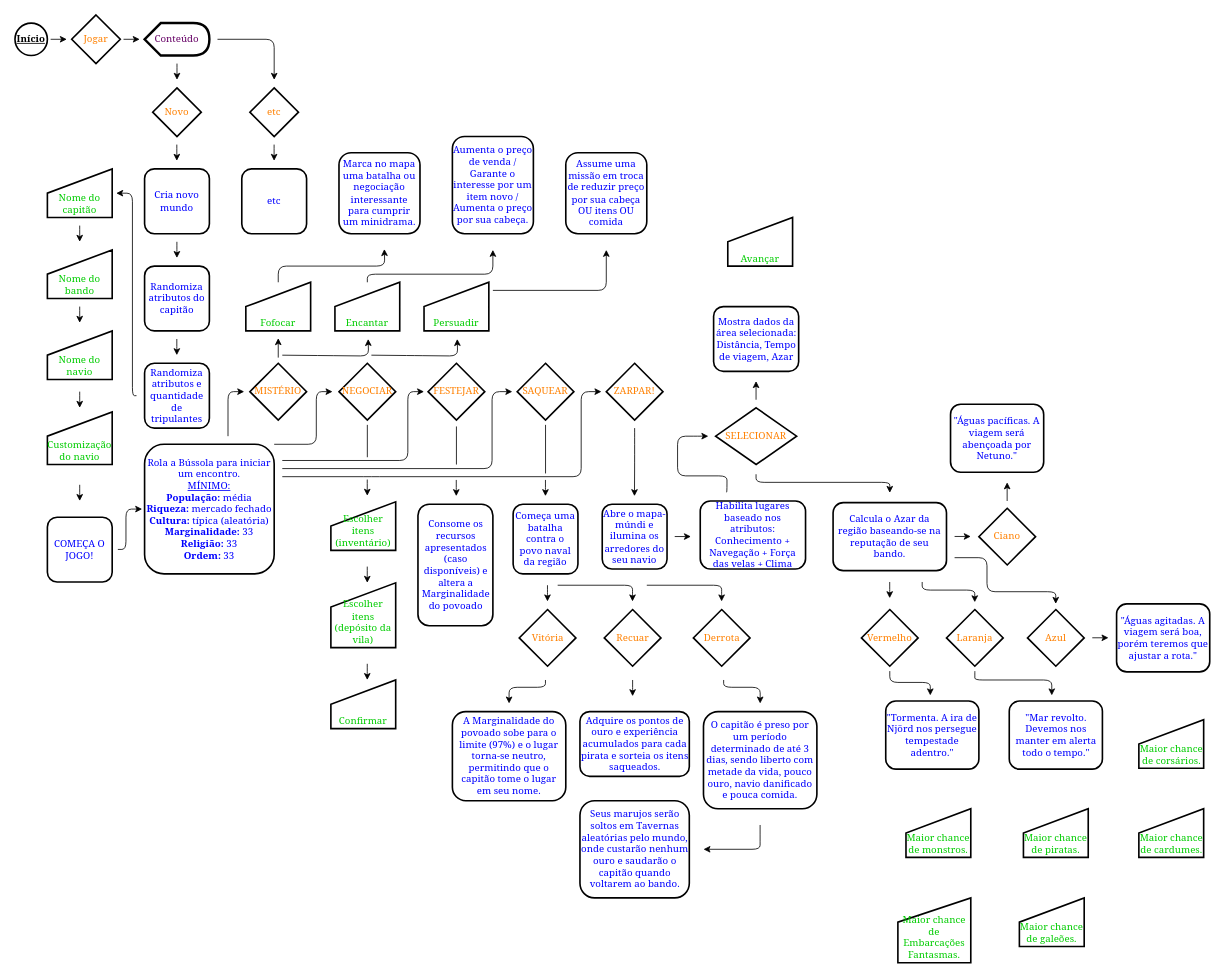
The draw.io diagram teste.drawio in ErosBenkert/LOPR, before the edit. Source tidied: cells renumbered, new cells numbered last; positions are measured from the earlier drawing's top-left corner, leaving out a move shared by most shapes. Both pictures are drawn from the tidied source at 81%, with x=0, y=0 at pixel (15, 15).
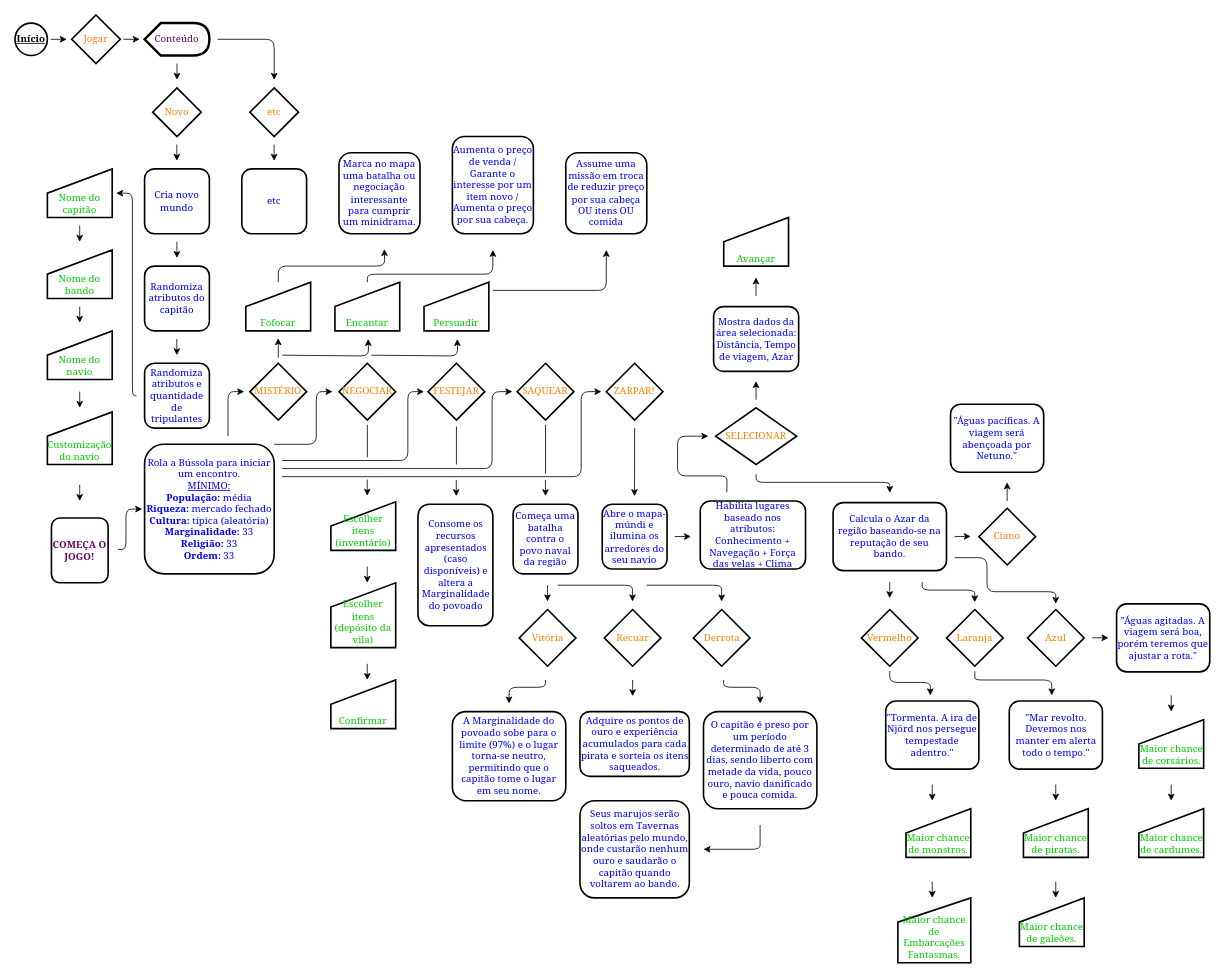
After the change.

The edit, as a diff of the source:
```diff
@@
-    <mxCell id="28" value="&lt;font color=&quot;#0000ff&quot; face=&quot;Georgia&quot;&gt;COMEÇA O JOGO!&lt;br&gt;&lt;/font&gt;" style="rounded=1;whiteSpace=wrap;html=1;strokeColor=#000000;strokeWidth=2;" parent="1" vertex="1">
-      <mxGeometry x="40" y="620" width="80" height="80" as="geometry" />
+    <mxCell id="28" value="&lt;font face=&quot;Georgia&quot;&gt;&lt;b&gt;COMEÇA O JOGO!&lt;/b&gt;&lt;br&gt;&lt;/font&gt;" style="rounded=1;whiteSpace=wrap;html=1;strokeColor=#000000;strokeWidth=2;fontColor=#660066;" parent="1" vertex="1">
+      <mxGeometry x="45" y="621" width="70" height="80" as="geometry" />
     </mxCell>
@@
     <mxCell id="97" value="Avançar" style="shape=manualInput;whiteSpace=wrap;html=1;strokeWidth=2;fontFamily=Georgia;fontColor=#00CC00;verticalAlign=bottom;" parent="1" vertex="1">
-      <mxGeometry x="880" y="250" width="80" height="60" as="geometry" />
+      <mxGeometry x="875" y="250" width="80" height="60" as="geometry" />
     </mxCell>
@@
+    <mxCell id="113" style="edgeStyle=orthogonalEdgeStyle;orthogonalLoop=1;jettySize=auto;html=1;rounded=1;" parent="1" edge="1">
+      <mxGeometry relative="1" as="geometry">
+        <mxPoint x="1132.4" y="950" as="sourcePoint" />
+        <mxPoint x="1132.4" y="970" as="targetPoint" />
+        <Array as="points">
+          <mxPoint x="1132.4" y="960" />
+          <mxPoint x="1132.4" y="960" />
+        </Array>
+      </mxGeometry>
+    </mxCell>
+    <mxCell id="114" style="edgeStyle=orthogonalEdgeStyle;orthogonalLoop=1;jettySize=auto;html=1;rounded=1;" parent="1" edge="1">
+      <mxGeometry relative="1" as="geometry">
+        <mxPoint x="1284.9" y="950" as="sourcePoint" />
+        <mxPoint x="1284.9" y="970" as="targetPoint" />
+        <Array as="points">
+          <mxPoint x="1284.9" y="960" />
+          <mxPoint x="1284.9" y="960" />
+        </Array>
+      </mxGeometry>
+    </mxCell>
+    <mxCell id="115" style="edgeStyle=orthogonalEdgeStyle;orthogonalLoop=1;jettySize=auto;html=1;rounded=1;" parent="1" edge="1">
+      <mxGeometry relative="1" as="geometry">
+        <mxPoint x="1132.4" y="1070" as="sourcePoint" />
+        <mxPoint x="1132.4" y="1090" as="targetPoint" />
+        <Array as="points">
+          <mxPoint x="1132.4" y="1080" />
+          <mxPoint x="1132.4" y="1080" />
+        </Array>
+      </mxGeometry>
+    </mxCell>
+    <mxCell id="116" style="edgeStyle=orthogonalEdgeStyle;orthogonalLoop=1;jettySize=auto;html=1;rounded=1;" parent="1" edge="1">
+      <mxGeometry relative="1" as="geometry">
+        <mxPoint x="1284.9" y="1070" as="sourcePoint" />
+        <mxPoint x="1284.9" y="1090" as="targetPoint" />
+        <Array as="points">
+          <mxPoint x="1284.9" y="1080" />
+          <mxPoint x="1284.9" y="1080" />
+        </Array>
+      </mxGeometry>
+    </mxCell>
+    <mxCell id="117" style="edgeStyle=orthogonalEdgeStyle;orthogonalLoop=1;jettySize=auto;html=1;rounded=1;" parent="1" edge="1">
+      <mxGeometry relative="1" as="geometry">
+        <mxPoint x="1427.4" y="950" as="sourcePoint" />
+        <mxPoint x="1427.4" y="970" as="targetPoint" />
+        <Array as="points">
+          <mxPoint x="1427.4" y="960" />
+          <mxPoint x="1427.4" y="960" />
+        </Array>
+      </mxGeometry>
+    </mxCell>
+    <mxCell id="118" style="edgeStyle=orthogonalEdgeStyle;orthogonalLoop=1;jettySize=auto;html=1;rounded=1;" parent="1" edge="1">
+      <mxGeometry relative="1" as="geometry">
+        <mxPoint x="1427.4" y="840" as="sourcePoint" />
+        <mxPoint x="1427.4" y="860" as="targetPoint" />
+        <Array as="points">
+          <mxPoint x="1427.4" y="850" />
+          <mxPoint x="1427.4" y="850" />
+        </Array>
+      </mxGeometry>
+    </mxCell>
+    <mxCell id="119" style="edgeStyle=orthogonalEdgeStyle;rounded=0;orthogonalLoop=1;jettySize=auto;html=1;" parent="1" edge="1">
+      <mxGeometry relative="1" as="geometry">
+        <mxPoint x="914.8" y="347" as="sourcePoint" />
+        <mxPoint x="914.8" y="324" as="targetPoint" />
+      </mxGeometry>
+    </mxCell>
```
